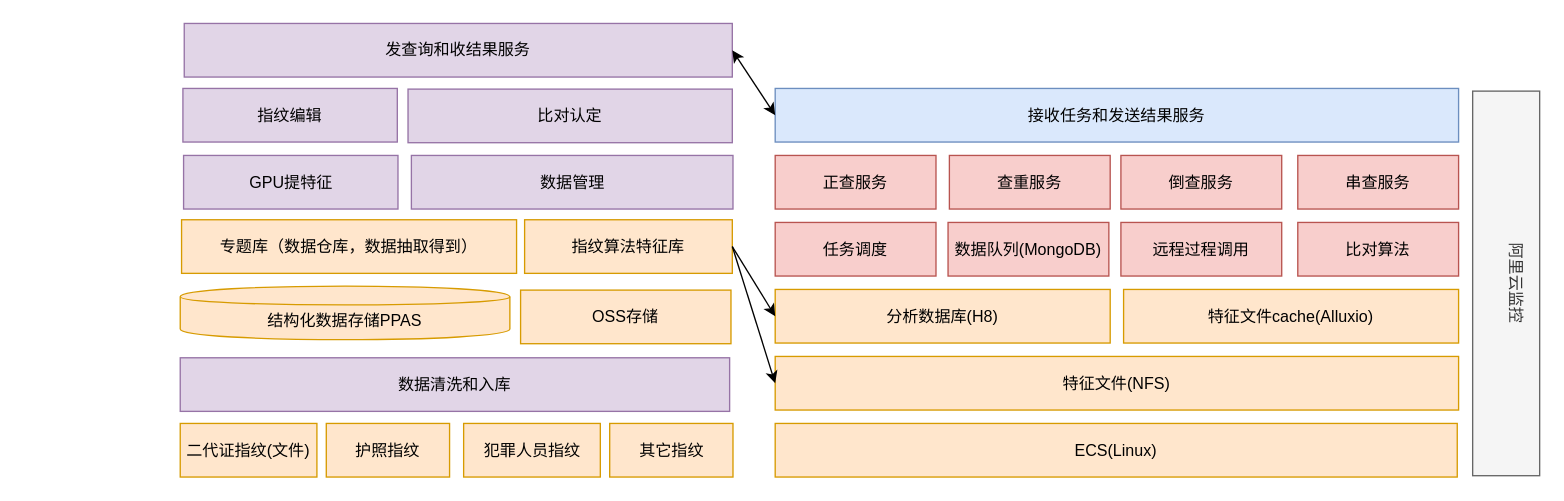
Before: page "Page-2" (2 of 2) of 业务模型.drawio in gray2blue/Sudoku, a draw.io diagram. Source tidied: cells renumbered, new cells numbered last; positions are measured from the earlier drawing's top-left corner, leaving out a move shared by most shapes. Both pictures are drawn from the tidied source at 134%, with x=0, y=0 at pixel (180, 23).
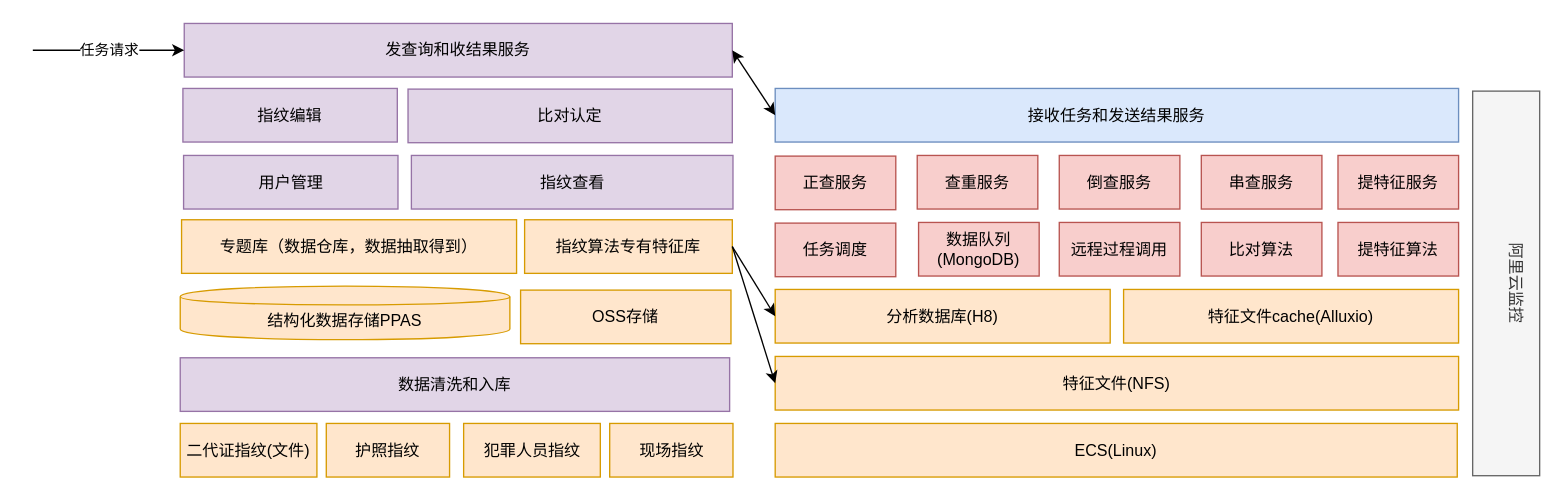
Above is the later version.

Unchanged cells that the change refers to:
```xml
<mxCell id="23" value="发查询和收结果服务" style="rounded=0;whiteSpace=wrap;html=1;fillColor=#e1d5e7;strokeColor=#9673a6;" parent="1" vertex="1">
  <mxGeometry x="3" width="409" height="40" as="geometry" />
</mxCell>
```

The edit, as a diff of the source:
```diff
@@
     <mxCell id="3" value="任务调度" style="rounded=0;whiteSpace=wrap;html=1;fillColor=#f8cecc;strokeColor=#b85450;" parent="1" vertex="1">
-      <mxGeometry x="444" y="148.5" width="120" height="40" as="geometry" />
+      <mxGeometry x="444" y="149" width="90" height="40" as="geometry" />
     </mxCell>
@@
-    <mxCell id="5" value="数据管理" style="rounded=0;whiteSpace=wrap;html=1;fillColor=#e1d5e7;strokeColor=#9673a6;" parent="1" vertex="1">
+    <mxCell id="5" value="指纹查看" style="rounded=0;whiteSpace=wrap;html=1;fillColor=#e1d5e7;strokeColor=#9673a6;" parent="1" vertex="1">
       <mxGeometry x="172.5" y="98.5" width="240" height="40" as="geometry" />
     </mxCell>
@@
-    <mxCell id="10" value="GPU提特征" style="rounded=0;whiteSpace=wrap;html=1;fillColor=#e1d5e7;strokeColor=#9673a6;" parent="1" vertex="1">
+    <mxCell id="10" value="用户管理&lt;br&gt;" style="rounded=0;whiteSpace=wrap;html=1;fillColor=#e1d5e7;strokeColor=#9673a6;" parent="1" vertex="1">
       <mxGeometry x="2.5" y="98.5" width="160" height="40" as="geometry" />
     </mxCell>
@@
     <mxCell id="16" value="数据队列(MongoDB)" style="rounded=0;whiteSpace=wrap;html=1;fillColor=#f8cecc;strokeColor=#b85450;" parent="1" vertex="1">
-      <mxGeometry x="573" y="148.5" width="120" height="40" as="geometry" />
+      <mxGeometry x="551" y="148.5" width="90" height="40" as="geometry" />
     </mxCell>
     <mxCell id="17" value="远程过程调用" style="rounded=0;whiteSpace=wrap;html=1;fillColor=#f8cecc;strokeColor=#b85450;" parent="1" vertex="1">
-      <mxGeometry x="702" y="148.5" width="120" height="40" as="geometry" />
+      <mxGeometry x="656" y="148.5" width="90" height="40" as="geometry" />
     </mxCell>
     <mxCell id="18" value="比对算法" style="rounded=0;whiteSpace=wrap;html=1;fillColor=#f8cecc;strokeColor=#b85450;" parent="1" vertex="1">
-      <mxGeometry x="834" y="148.5" width="120" height="40" as="geometry" />
+      <mxGeometry x="762" y="148.5" width="90" height="40" as="geometry" />
     </mxCell>
     <mxCell id="19" value="正查服务" style="rounded=0;whiteSpace=wrap;html=1;fillColor=#f8cecc;strokeColor=#b85450;" parent="1" vertex="1">
-      <mxGeometry x="444" y="98.5" width="120" height="40" as="geometry" />
+      <mxGeometry x="444" y="99" width="90" height="40" as="geometry" />
     </mxCell>
     <mxCell id="20" value="查重服务" style="rounded=0;whiteSpace=wrap;html=1;fillColor=#f8cecc;strokeColor=#b85450;" parent="1" vertex="1">
-      <mxGeometry x="574" y="98.5" width="120" height="40" as="geometry" />
+      <mxGeometry x="550" y="98.5" width="90" height="40" as="geometry" />
     </mxCell>
     <mxCell id="21" value="倒查服务" style="rounded=0;whiteSpace=wrap;html=1;fillColor=#f8cecc;strokeColor=#b85450;" parent="1" vertex="1">
-      <mxGeometry x="702" y="98.5" width="120" height="40" as="geometry" />
+      <mxGeometry x="656" y="98.5" width="90" height="40" as="geometry" />
     </mxCell>
     <mxCell id="22" value="串查服务" style="rounded=0;whiteSpace=wrap;html=1;fillColor=#f8cecc;strokeColor=#b85450;" parent="1" vertex="1">
-      <mxGeometry x="834" y="98.5" width="120" height="40" as="geometry" />
+      <mxGeometry x="762" y="98.5" width="90" height="40" as="geometry" />
     </mxCell>
@@
-    <mxCell id="28" value="其它指纹" style="rounded=0;whiteSpace=wrap;html=1;fillColor=#ffe6cc;strokeColor=#d79b00;" parent="1" vertex="1">
+    <mxCell id="28" value="现场指纹" style="rounded=0;whiteSpace=wrap;html=1;fillColor=#ffe6cc;strokeColor=#d79b00;" parent="1" vertex="1">
       <mxGeometry x="320.5" y="298.5" width="92" height="40" as="geometry" />
     </mxCell>
@@
-    <mxCell id="30" value="指纹算法特征库" style="rounded=0;whiteSpace=wrap;html=1;fillColor=#ffe6cc;strokeColor=#d79b00;" parent="1" vertex="1">
+    <mxCell id="30" value="指纹算法专有特征库" style="rounded=0;whiteSpace=wrap;html=1;fillColor=#ffe6cc;strokeColor=#d79b00;" parent="1" vertex="1">
       <mxGeometry x="257" y="146.5" width="155" height="40" as="geometry" />
     </mxCell>
@@
+    <mxCell id="33" value="任务请求" style="endArrow=classic;html=1;entryX=0;entryY=0.5;entryDx=0;entryDy=0;" parent="1" edge="1" target="23">
+      <mxGeometry relative="1" as="geometry">
+        <mxPoint x="-110" y="20" as="sourcePoint" />
+      </mxGeometry>
+    </mxCell>
+    <mxCell id="34" value="提特征服务" style="rounded=0;whiteSpace=wrap;html=1;fillColor=#f8cecc;strokeColor=#b85450;" parent="1" vertex="1">
+      <mxGeometry x="864" y="98.5" width="90" height="40" as="geometry" />
+    </mxCell>
+    <mxCell id="35" value="提特征算法" style="rounded=0;whiteSpace=wrap;html=1;fillColor=#f8cecc;strokeColor=#b85450;" parent="1" vertex="1">
+      <mxGeometry x="864" y="148.5" width="90" height="40" as="geometry" />
+    </mxCell>
```
